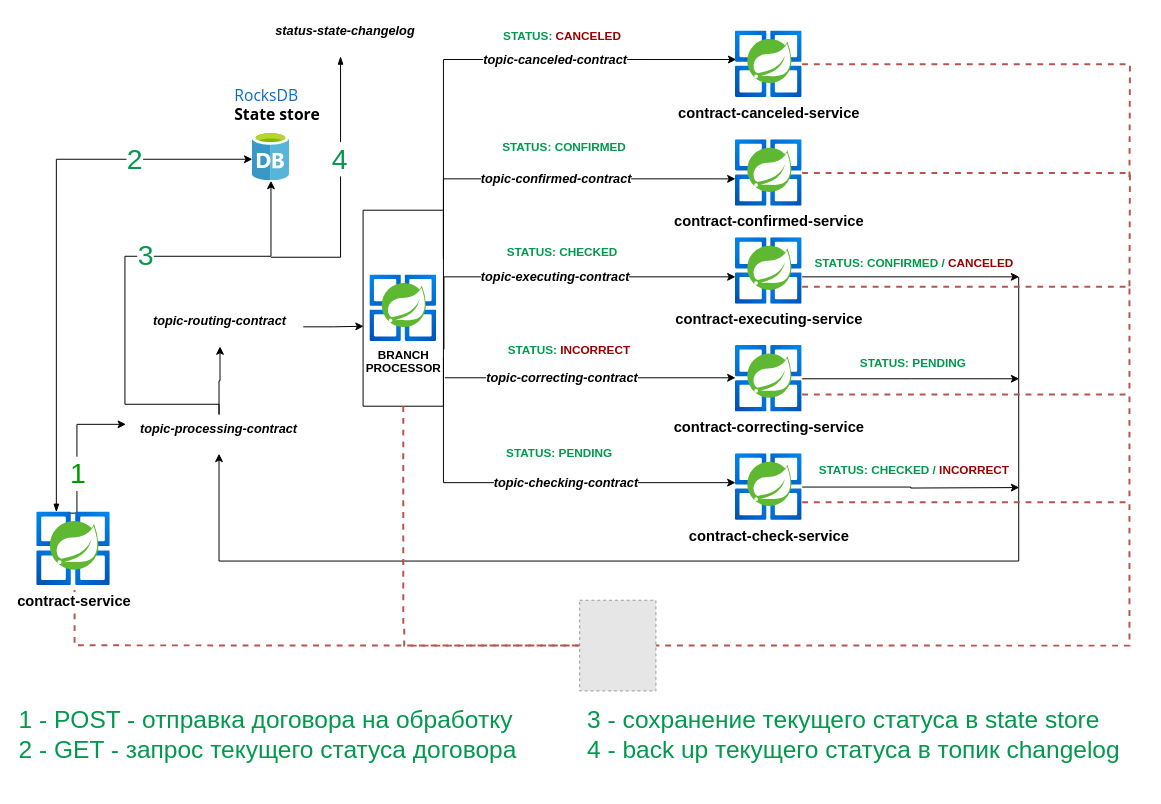
dieza13/2022-08-otus-spring-kafka-stream-traced keeps this draw.io diagram as materials/schema.drawio. Above is the earlier version. Source tidied: cells renumbered, new cells numbered last; positions are measured from the earlier drawing's top-left corner, leaving out a move shared by most shapes. Both pictures are drawn from the tidied source at 98%, with x=0, y=0 at pixel (17, 17). Pictures stored in the file or linked from it are replaced by grey dashed boxes.
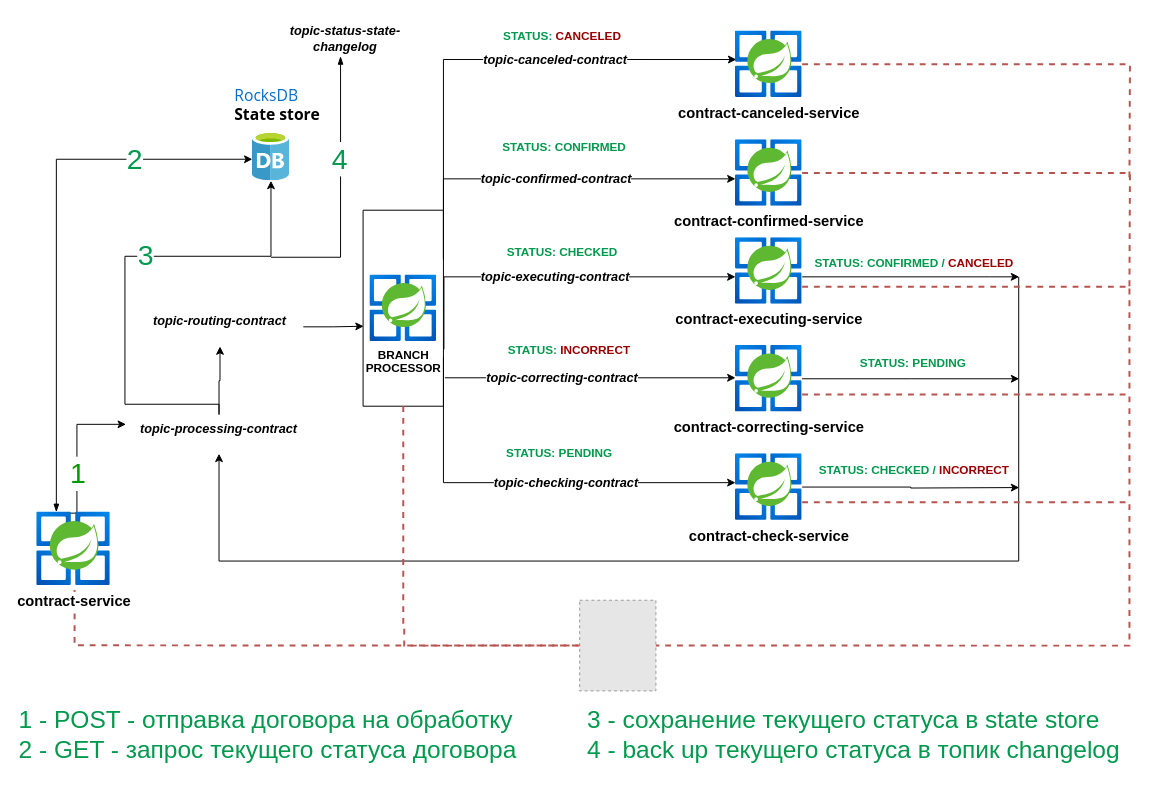
Above is the later version.

Diff of the diagram source:
```diff
@@
-    <mxCell id="53" value="&lt;span style=&quot;color: rgb(0, 0, 0); font-family: Helvetica; font-size: 13px; font-style: italic; font-variant-ligatures: normal; font-variant-caps: normal; font-weight: 700; letter-spacing: normal; orphans: 2; text-indent: 0px; text-transform: none; widows: 2; word-spacing: 0px; -webkit-text-stroke-width: 0px; background-color: rgb(255, 255, 255); text-decoration-thickness: initial; text-decoration-style: initial; text-decoration-color: initial; float: none; display: inline !important;&quot;&gt;status-state-changelog&lt;/span&gt;" style="text;whiteSpace=wrap;html=1;align=center;" parent="1" vertex="1">
+    <mxCell id="53" value="&lt;span style=&quot;color: rgb(0, 0, 0); font-family: Helvetica; font-size: 13px; font-style: italic; font-variant-ligatures: normal; font-variant-caps: normal; font-weight: 700; letter-spacing: normal; orphans: 2; text-indent: 0px; text-transform: none; widows: 2; word-spacing: 0px; -webkit-text-stroke-width: 0px; background-color: rgb(255, 255, 255); text-decoration-thickness: initial; text-decoration-style: initial; text-decoration-color: initial; float: none; display: inline !important;&quot;&gt;topic-status-state-changelog&lt;/span&gt;" style="text;whiteSpace=wrap;html=1;align=center;" parent="1" vertex="1">
       <mxGeometry x="250" width="170" height="40" as="geometry" />
     </mxCell>
```
